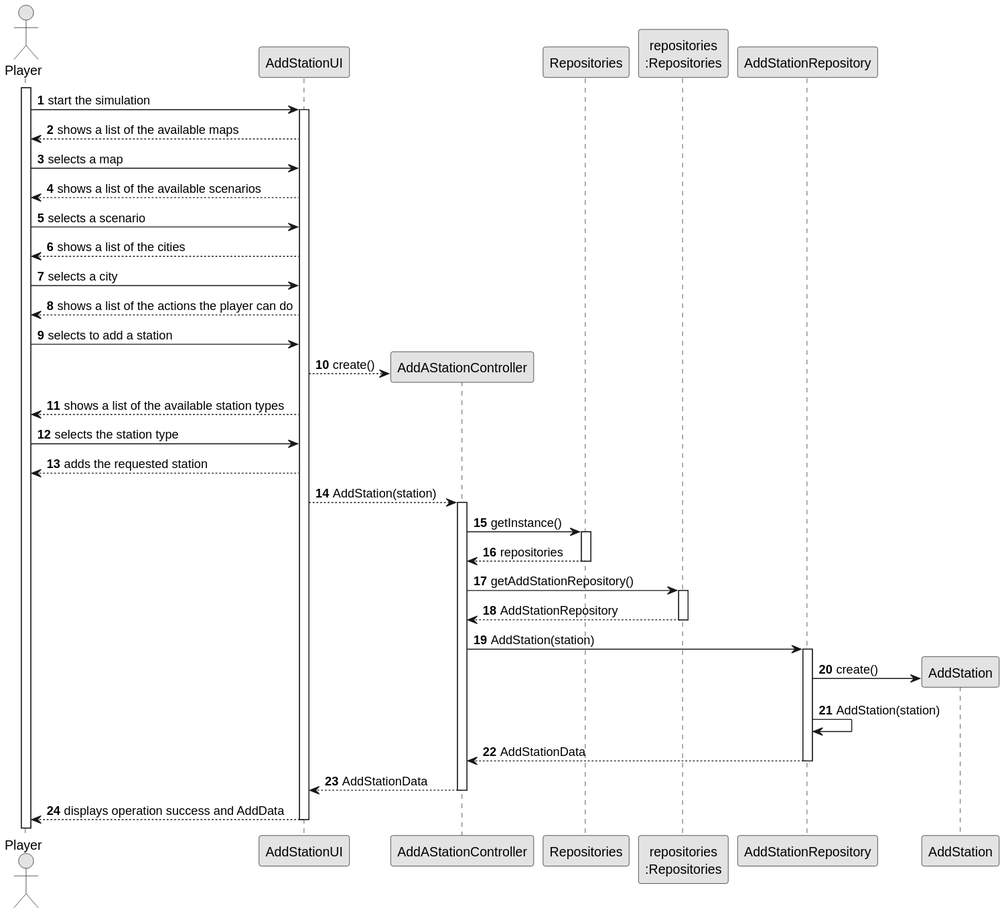
Earlier version of the PlantUML export docs/sprint3/us005/03.design/svg/us005-sequence-diagram-full.svg (ivasduarte/all-aboard). Source of this version:
```plantuml
@startuml
skinparam monochrome true
skinparam packageStyle rectangle
skinparam shadowing false

autonumber

actor "Player" as Editor
participant "AddStationUI" as UI

activate Editor

Editor -> UI : start the simulation
activate UI

UI --> Editor : shows a list of the available maps
Editor -> UI : selects a map
UI --> Editor : shows a list of the available scenarios
Editor -> UI : selects a scenario
UI --> Editor : shows a list of the cities
Editor -> UI : selects a city
UI --> Editor : shows a list of the actions the player can do
Editor -> UI : selects to add a station

create "AddAStationController" as CTRL
UI --> CTRL : create()

participant "Repositories" as RepositorySingleton
participant "repositories\n:Repositories" as PLAT

UI --> Editor : shows a list of the available station types
Editor -> UI : selects the station type
UI --> Editor : adds the requested station


UI --> CTRL : AddStation(station)
activate CTRL

CTRL -> RepositorySingleton : getInstance()
activate RepositorySingleton
RepositorySingleton --> CTRL : repositories
deactivate RepositorySingleton

CTRL -> PLAT : getAddStationRepository()
activate PLAT
PLAT --> CTRL : AddStationRepository
deactivate PLAT

CTRL -> AddStationRepository : AddStation(station)
activate AddStationRepository

create "AddStationRepository\n:AddStationRepository" as AddStationRepository
create "AddStation" as AddStation
AddStationRepository -> AddStation : create()
AddStationRepository -> AddStationRepository : AddStation(station)

AddStationRepository --> CTRL : AddStationData
deactivate AddStationRepository

CTRL --> UI : AddStationData
deactivate CTRL

UI --> Editor : displays operation success and AddData
deactivate UI
@enduml
```
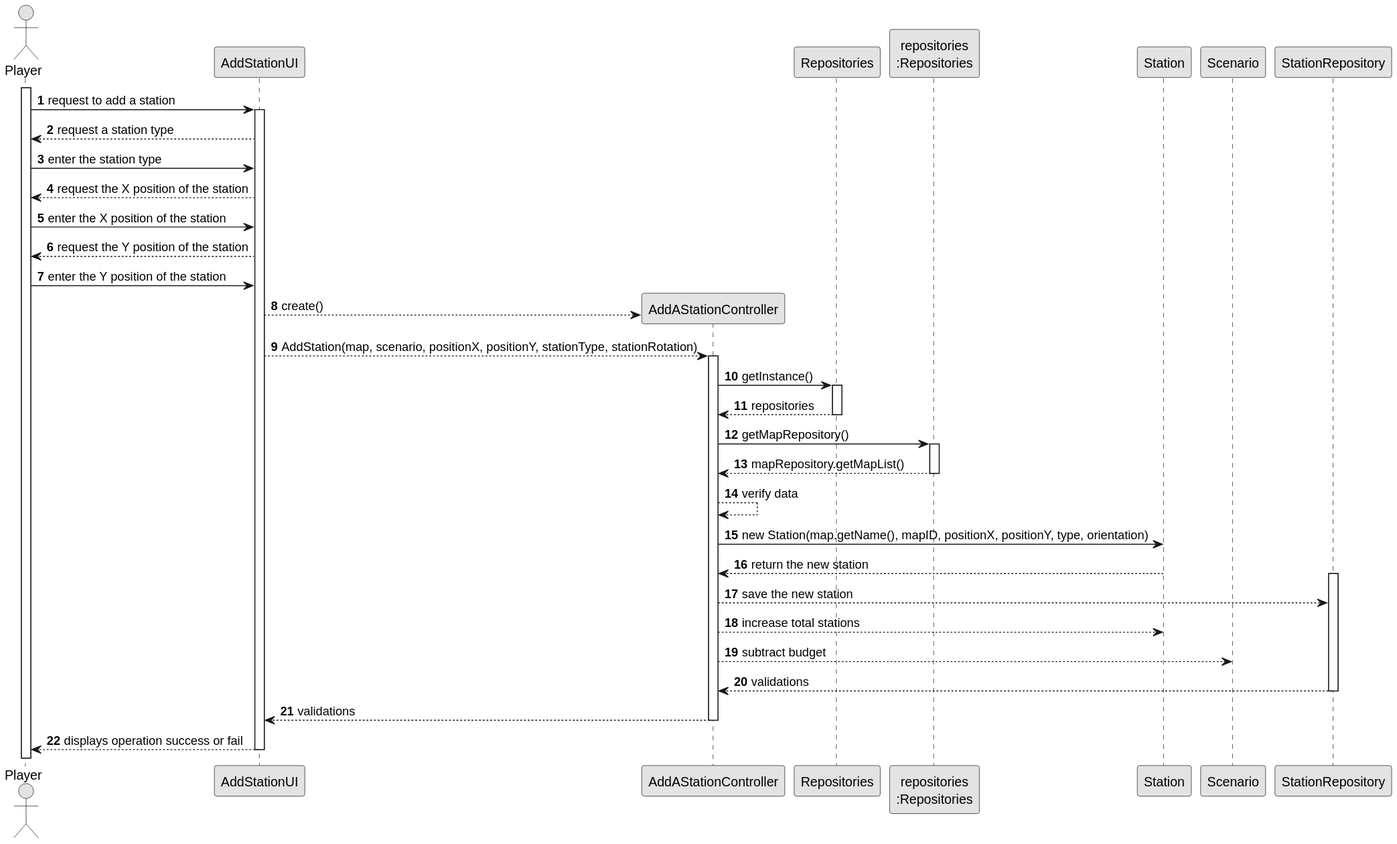
Above is the later version.

Commit message:
US005(docs): Updates sequence diagram

What changed in the source:
```diff
@@ -10,17 +10,15 @@
 
 activate Editor
 
-Editor -> UI : start the simulation
+Editor -> UI : request to add a station
 activate UI
 
-UI --> Editor : shows a list of the available maps
-Editor -> UI : selects a map
-UI --> Editor : shows a list of the available scenarios
-Editor -> UI : selects a scenario
-UI --> Editor : shows a list of the cities
-Editor -> UI : selects a city
-UI --> Editor : shows a list of the actions the player can do
-Editor -> UI : selects to add a station
+UI --> Editor : request a station type
+Editor -> UI : enter the station type
+UI --> Editor : request the X position of the station
+Editor -> UI : enter the X position of the station
+UI --> Editor : request the Y position of the station
+Editor -> UI : enter the Y position of the station
 
 create "AddAStationController" as CTRL
 UI --> CTRL : create()
@@ -28,12 +26,7 @@
 participant "Repositories" as RepositorySingleton
 participant "repositories\n:Repositories" as PLAT
 
-UI --> Editor : shows a list of the available station types
-Editor -> UI : selects the station type
-UI --> Editor : adds the requested station
-
-
-UI --> CTRL : AddStation(station)
+UI --> CTRL : AddStation(map, scenario, positionX, positionY, stationType, stationRotation)
 activate CTRL
 
 CTRL -> RepositorySingleton : getInstance()
@@ -41,25 +34,25 @@
 RepositorySingleton --> CTRL : repositories
 deactivate RepositorySingleton
 
-CTRL -> PLAT : getAddStationRepository()
+CTRL -> PLAT : getMapRepository()
 activate PLAT
-PLAT --> CTRL : AddStationRepository
+PLAT --> CTRL : mapRepository.getMapList()
 deactivate PLAT
+CTRL --> CTRL : verify data
+CTRL -> Station : new Station(map.getName(), mapID, positionX, positionY, type, orientation)
+Station --> CTRL : return the new station
+activate StationRepository
+CTRL --> StationRepository : save the new station
+CTRL --> Station : increase total stations
+CTRL --> Scenario : subtract budget
+create "StationRepository\n:StationRepository" as StationRepository
 
-CTRL -> AddStationRepository : AddStation(station)
-activate AddStationRepository
+StationRepository --> CTRL : validations
+deactivate StationRepository
 
-create "AddStationRepository\n:AddStationRepository" as AddStationRepository
-create "AddStation" as AddStation
-AddStationRepository -> AddStation : create()
-AddStationRepository -> AddStationRepository : AddStation(station)
-
-AddStationRepository --> CTRL : AddStationData
-deactivate AddStationRepository
-
-CTRL --> UI : AddStationData
+CTRL --> UI : validations
 deactivate CTRL
 
-UI --> Editor : displays operation success and AddData
+UI --> Editor : displays operation success or fail
 deactivate UI
 @enduml
```
